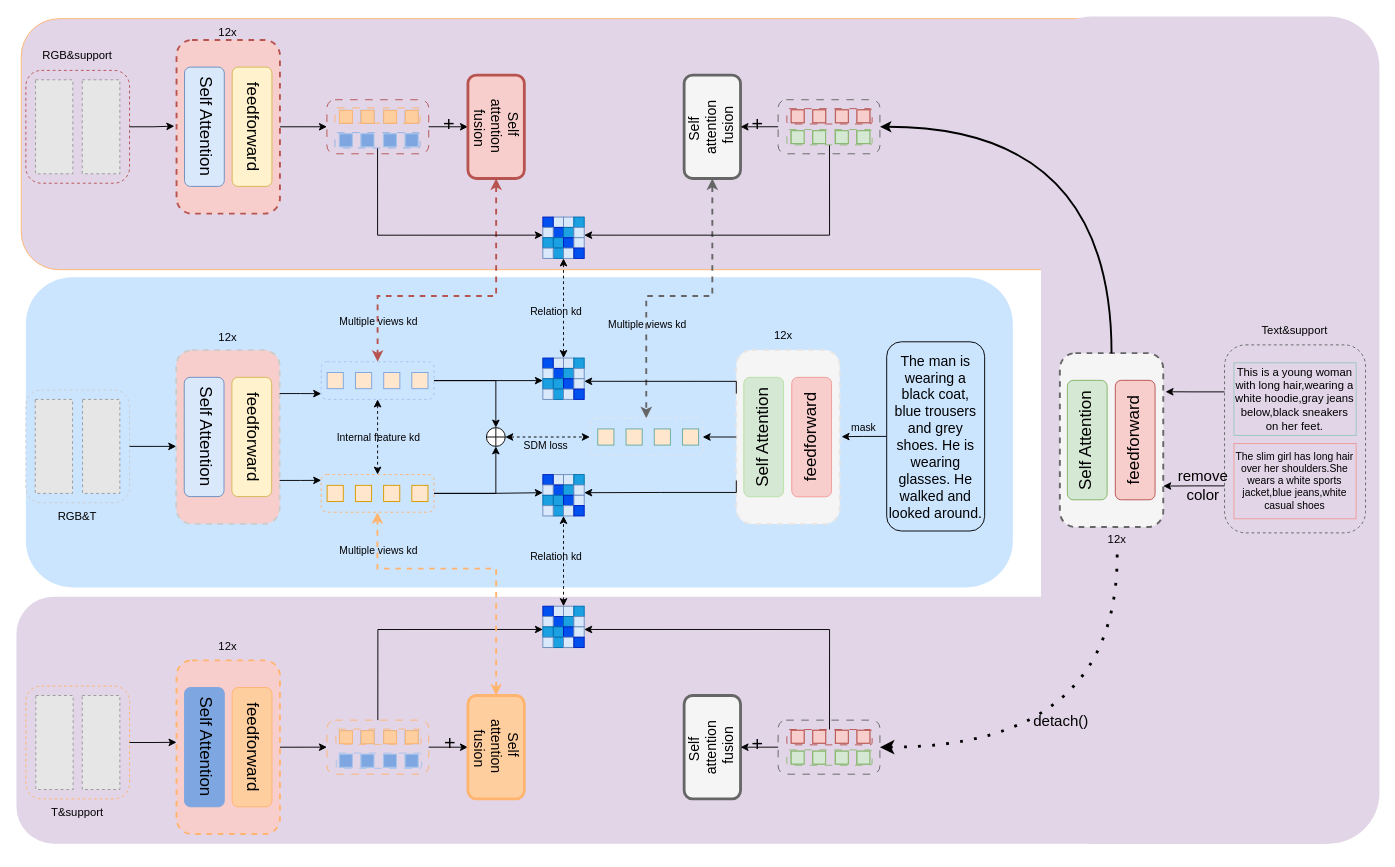
CZYdeGithub/drawio keeps this draw.io diagram as 12.10mulkd_student.drawio. Above is the earlier version. Source tidied: cells renumbered, new cells numbered last; positions are measured from the earlier drawing's top-left corner, leaving out a move shared by most shapes. Both pictures are drawn from the tidied source at 94%, with x=0, y=0 at pixel (16, 16). Pictures stored in the file or linked from it are replaced by grey dashed boxes.
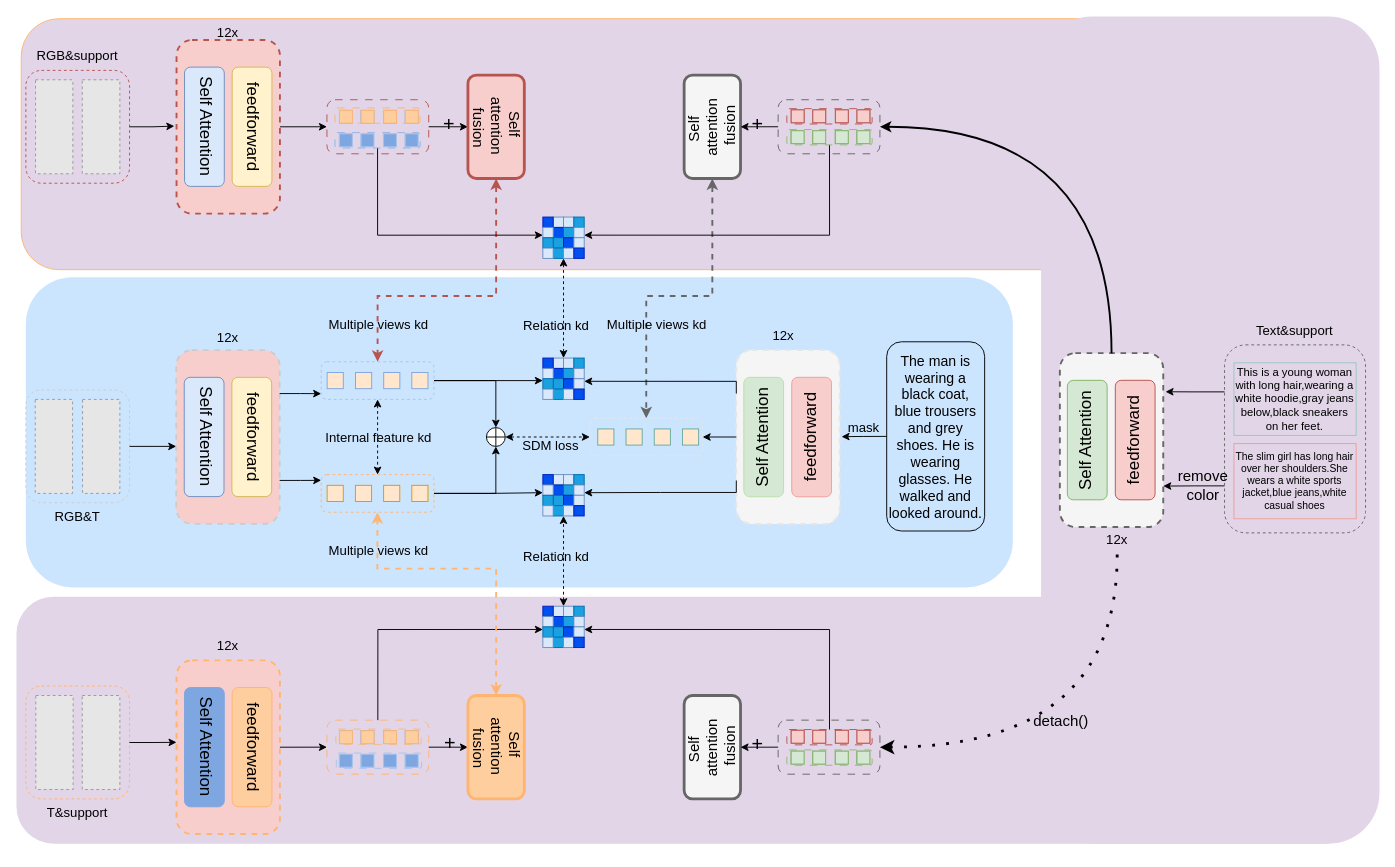
After the change.

Unchanged cells that the change refers to:
```xml
<mxCell id="105" style="edgeStyle=orthogonalEdgeStyle;rounded=0;jettySize=auto;html=1;exitX=0.5;exitY=1;exitDx=0;exitDy=0;entryX=0.5;entryY=0;entryDx=0;entryDy=0;startArrow=classic;startFill=1;dashed=1;" parent="1" edge="1" source="78" target="85">
  <mxGeometry relative="1" as="geometry" />
</mxCell>
<mxCell id="112" style="edgeStyle=orthogonalEdgeStyle;rounded=0;jettySize=auto;html=1;exitX=0.5;exitY=1;exitDx=0;exitDy=0;entryX=1.018;entryY=0.498;entryDx=0;entryDy=0;entryPerimeter=0;" parent="1" edge="1" source="65" target="89">
  <mxGeometry relative="1" as="geometry" />
</mxCell>
<mxCell id="126" style="group;" parent="1" vertex="1">
  <mxGeometry x="170.3" y="667.4" width="110" height="220" as="geometry" />
</mxCell>
```

The edit, as a diff of the source:
```diff
@@
-    <mxCell id="12" value="Self&amp;nbsp;&lt;div style=&quot;font-size: 15px;&quot;&gt;attention&lt;/div&gt;&lt;div style=&quot;font-size: 15px;&quot;&gt;&amp;nbsp;fusion&lt;/div&gt;" style="rounded=1;whiteSpace=wrap;html=1;direction=west;textDirection=vertical-rl;fontSize=15;strokeColor=#b85450;strokeWidth=3;fillColor=#f8cecc;" parent="1" vertex="1">
+    <mxCell id="12" value="Self&amp;nbsp;&lt;div&gt;attention&lt;/div&gt;&lt;div&gt;&amp;nbsp;fusion&lt;/div&gt;" style="rounded=1;whiteSpace=wrap;html=1;direction=west;textDirection=vertical-rl;fontSize=16;strokeColor=#b85450;strokeWidth=3;fillColor=#f8cecc;" parent="1" vertex="1">
       <mxGeometry x="480.3" y="62.4" width="60" height="110" as="geometry" />
     </mxCell>
@@
-    <mxCell id="14" value="Self&amp;nbsp;&lt;div style=&quot;font-size: 15px;&quot;&gt;attention&lt;/div&gt;&lt;div style=&quot;font-size: 15px;&quot;&gt;&amp;nbsp;fusion&lt;/div&gt;" style="rounded=1;whiteSpace=wrap;html=1;direction=east;textDirection=vertical-rl;fontSize=15;strokeColor=#666666;flipV=1;flipH=1;rotation=-180;strokeWidth=3;fillColor=#f5f5f5;" parent="1" vertex="1">
+    <mxCell id="14" value="Self&amp;nbsp;&lt;div&gt;attention&lt;/div&gt;&lt;div&gt;&amp;nbsp;fusion&lt;/div&gt;" style="rounded=1;whiteSpace=wrap;html=1;direction=east;textDirection=vertical-rl;fontSize=16;strokeColor=#666666;flipV=1;flipH=1;rotation=-180;strokeWidth=3;fillColor=#f5f5f5;" parent="1" vertex="1">
       <mxGeometry x="710.3" y="62.4" width="60" height="110" as="geometry" />
     </mxCell>
@@
-    <mxCell id="100" value="RGB&amp;amp;support" style="text;html=1;align=center;verticalAlign=middle;whiteSpace=wrap;rounded=0;" parent="1" vertex="1">
+    <mxCell id="100" value="RGB&amp;amp;support" style="text;html=1;align=center;verticalAlign=middle;whiteSpace=wrap;rounded=0;fontSize=14;" parent="1" vertex="1">
       <mxGeometry x="35.1" y="27.4" width="60" height="30" as="geometry" />
     </mxCell>
-    <mxCell id="101" value="Text&amp;amp;support" style="text;html=1;align=center;verticalAlign=middle;whiteSpace=wrap;rounded=0;" parent="1" vertex="1">
+    <mxCell id="101" value="Text&amp;amp;support" style="text;html=1;align=center;verticalAlign=middle;whiteSpace=wrap;rounded=0;fontSize=14;" parent="1" vertex="1">
       <mxGeometry x="1330.2" y="319.4" width="60" height="30" as="geometry" />
     </mxCell>
@@
-    <mxCell id="106" value="Internal&amp;nbsp;feature kd" style="edgeLabel;html=1;align=center;verticalAlign=middle;labelBackgroundColor=none;" parent="105" vertex="1">
+    <mxCell id="106" value="Internal&amp;nbsp;feature kd" style="edgeLabel;html=1;align=center;verticalAlign=middle;labelBackgroundColor=none;fontSize=14;" parent="105" vertex="1">
       <mxGeometry x="-0.16" y="-1" relative="1" as="geometry">
         <mxPoint x="1" y="6" as="offset" />
       </mxGeometry>
     </mxCell>
@@
-    <mxCell id="109" value="RGB&amp;amp;T" style="text;html=1;align=center;verticalAlign=middle;whiteSpace=wrap;rounded=0;" parent="1" vertex="1">
+    <mxCell id="109" value="RGB&amp;amp;T" style="text;html=1;align=center;verticalAlign=middle;whiteSpace=wrap;rounded=0;fontSize=14;" parent="1" vertex="1">
       <mxGeometry x="35.2" y="517.4" width="60" height="30" as="geometry" />
     </mxCell>
-    <mxCell id="110" value="Multiple views kd" style="edgeLabel;html=1;align=center;verticalAlign=middle;labelBackgroundColor=none;" parent="1" vertex="1">
+    <mxCell id="110" value="Multiple views kd" style="edgeLabel;html=1;align=center;verticalAlign=middle;labelBackgroundColor=none;fontSize=14;" parent="1" vertex="1">
       <mxGeometry x="384.5" y="567.4" as="geometry" />
     </mxCell>
@@
-    <mxCell id="113" value="mask" style="edgeLabel;html=1;align=center;verticalAlign=middle;labelBackgroundColor=none;" parent="112" vertex="1">
+    <mxCell id="113" value="mask" style="edgeLabel;html=1;align=center;verticalAlign=middle;labelBackgroundColor=none;fontSize=14;" parent="112" vertex="1">
       <mxGeometry x="-0.3" relative="1" as="geometry">
         <mxPoint x="-8" y="-9" as="offset" />
       </mxGeometry>
     </mxCell>
-    <mxCell id="114" value="Multiple views kd" style="edgeLabel;html=1;align=center;verticalAlign=middle;labelBackgroundColor=none;" parent="1" vertex="1">
-      <mxGeometry x="384.5" y="324.9" as="geometry" />
+    <mxCell id="114" value="Multiple views kd" style="edgeLabel;html=1;align=center;verticalAlign=middle;labelBackgroundColor=none;fontSize=14;" parent="1" vertex="1">
+      <mxGeometry x="384.5" y="327.4" as="geometry" />
     </mxCell>
-    <mxCell id="115" value="SDM loss" style="edgeLabel;html=1;align=center;verticalAlign=middle;labelBackgroundColor=none;" parent="1" vertex="1">
-      <mxGeometry x="570" y="455.7" as="geometry">
-        <mxPoint x="-8" y="1" as="offset" />
+    <mxCell id="115" value="SDM loss" style="edgeLabel;html=1;align=center;verticalAlign=middle;labelBackgroundColor=none;fontSize=14;" parent="1" vertex="1">
+      <mxGeometry x="570" y="480" as="geometry">
+        <mxPoint x="-3" y="-24" as="offset" />
       </mxGeometry>
     </mxCell>
-    <mxCell id="116" value="12x" style="text;html=1;align=center;verticalAlign=middle;whiteSpace=wrap;rounded=0;" parent="1" vertex="1">
+    <mxCell id="116" value="12x" style="text;html=1;align=center;verticalAlign=middle;whiteSpace=wrap;rounded=0;fontSize=14;" parent="1" vertex="1">
       <mxGeometry x="195" y="2.4" width="60" height="30" as="geometry" />
     </mxCell>
-    <mxCell id="117" value="12x" style="text;html=1;align=center;verticalAlign=middle;whiteSpace=wrap;rounded=0;" parent="1" vertex="1">
+    <mxCell id="117" value="12x" style="text;html=1;align=center;verticalAlign=middle;whiteSpace=wrap;rounded=0;fontSize=14;" parent="1" vertex="1">
       <mxGeometry x="195" y="327.4" width="60" height="30" as="geometry" />
     </mxCell>
-    <mxCell id="118" value="12x" style="text;html=1;align=center;verticalAlign=middle;whiteSpace=wrap;rounded=0;" parent="1" vertex="1">
+    <mxCell id="118" value="12x" style="text;html=1;align=center;verticalAlign=middle;whiteSpace=wrap;rounded=0;fontSize=14;" parent="1" vertex="1">
       <mxGeometry x="785.8" y="324.9" width="60" height="30" as="geometry" />
     </mxCell>
@@
-    <mxCell id="124" value="Self&amp;nbsp;&lt;div style=&quot;font-size: 15px;&quot;&gt;attention&lt;/div&gt;&lt;div style=&quot;font-size: 15px;&quot;&gt;&amp;nbsp;fusion&lt;/div&gt;" style="rounded=1;whiteSpace=wrap;html=1;direction=west;textDirection=vertical-rl;fontSize=15;strokeColor=#ffb570;strokeWidth=3;fillColor=#ffce9f;" parent="1" vertex="1">
+    <mxCell id="124" value="Self&amp;nbsp;&lt;div&gt;attention&lt;/div&gt;&lt;div&gt;&amp;nbsp;fusion&lt;/div&gt;" style="rounded=1;whiteSpace=wrap;html=1;direction=west;textDirection=vertical-rl;fontSize=16;strokeColor=#ffb570;strokeWidth=3;fillColor=#ffce9f;" parent="1" vertex="1">
       <mxGeometry x="480.3" y="722.4" width="60" height="110" as="geometry" />
     </mxCell>
-    <mxCell id="125" value="Self&amp;nbsp;&lt;div style=&quot;font-size: 15px;&quot;&gt;attention&lt;/div&gt;&lt;div style=&quot;font-size: 15px;&quot;&gt;&amp;nbsp;fusion&lt;/div&gt;" style="rounded=1;whiteSpace=wrap;html=1;direction=east;textDirection=vertical-rl;fontSize=15;strokeColor=#666666;flipV=1;flipH=1;rotation=-180;strokeWidth=3;fillColor=#f5f5f5;" parent="1" vertex="1">
+    <mxCell id="125" value="Self&amp;nbsp;&lt;div&gt;attention&lt;/div&gt;&lt;div&gt;&amp;nbsp;fusion&lt;/div&gt;" style="rounded=1;whiteSpace=wrap;html=1;direction=east;textDirection=vertical-rl;fontSize=16;strokeColor=#666666;flipV=1;flipH=1;rotation=-180;strokeWidth=3;fillColor=#f5f5f5;" parent="1" vertex="1">
       <mxGeometry x="710.3" y="722.4" width="60" height="110" as="geometry" />
     </mxCell>
@@
-    <mxCell id="130" value="12x" style="text;html=1;align=center;verticalAlign=middle;whiteSpace=wrap;rounded=0;" parent="126" vertex="1">
+    <mxCell id="130" value="12x" style="text;html=1;align=center;verticalAlign=middle;whiteSpace=wrap;rounded=0;fontSize=14;" parent="126" vertex="1">
       <mxGeometry x="25" y="-12.4" width="60" height="30" as="geometry" />
     </mxCell>
@@
-    <mxCell id="172" value="T&amp;amp;support" style="text;html=1;align=center;verticalAlign=middle;whiteSpace=wrap;rounded=0;" parent="1" vertex="1">
+    <mxCell id="172" value="T&amp;amp;support" style="text;html=1;align=center;verticalAlign=middle;whiteSpace=wrap;rounded=0;fontSize=14;" parent="1" vertex="1">
       <mxGeometry x="35.2" y="832.4" width="60" height="30" as="geometry" />
     </mxCell>
@@
-    <mxCell id="176" value="Multiple views kd" style="edgeLabel;html=1;align=center;verticalAlign=middle;labelBackgroundColor=none;" parent="1" vertex="1">
-      <mxGeometry x="670" y="327.4" as="geometry" />
+    <mxCell id="176" value="Multiple views kd" style="edgeLabel;html=1;align=center;verticalAlign=middle;labelBackgroundColor=none;fontSize=14;" parent="1" vertex="1">
+      <mxGeometry x="680" y="327.4" as="geometry" />
     </mxCell>
-    <mxCell id="177" value="12x" style="text;html=1;align=center;verticalAlign=middle;whiteSpace=wrap;rounded=0;" parent="1" vertex="1">
+    <mxCell id="177" value="12x" style="text;html=1;align=center;verticalAlign=middle;whiteSpace=wrap;rounded=0;fontSize=14;" parent="1" vertex="1">
       <mxGeometry x="1141" y="542.4" width="60" height="30" as="geometry" />
     </mxCell>
@@
-    <mxCell id="264" value="Relation kd" style="edgeLabel;html=1;align=center;verticalAlign=middle;labelBackgroundColor=none;" parent="1" vertex="1">
-      <mxGeometry x="570" y="319.4" as="geometry">
+    <mxCell id="264" value="Relation kd" style="edgeLabel;html=1;align=center;verticalAlign=middle;labelBackgroundColor=none;fontSize=14;" parent="1" vertex="1">
+      <mxGeometry x="570" y="334.4" as="geometry">
         <mxPoint x="3" y="-6" as="offset" />
       </mxGeometry>
     </mxCell>
-    <mxCell id="265" value="Relation kd" style="edgeLabel;html=1;align=center;verticalAlign=middle;labelBackgroundColor=none;" parent="1" vertex="1">
+    <mxCell id="265" value="Relation kd" style="edgeLabel;html=1;align=center;verticalAlign=middle;labelBackgroundColor=none;fontSize=14;" parent="1" vertex="1">
       <mxGeometry x="570" y="580" as="geometry">
         <mxPoint x="3" y="-6" as="offset" />
       </mxGeometry>
     </mxCell>
```
